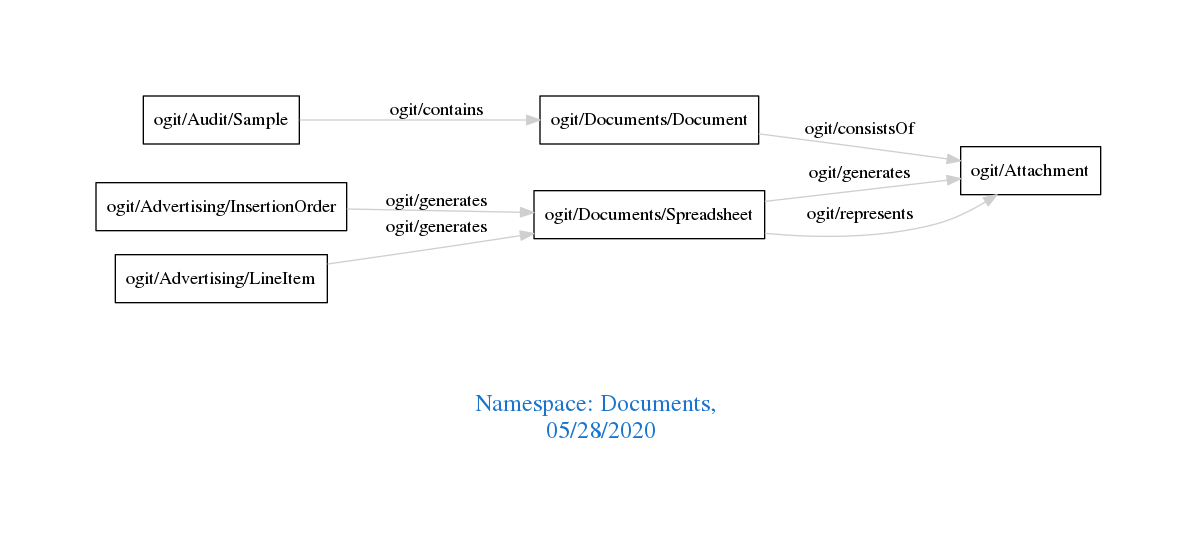
Above: downloads/Documents.png in arago/OGIT (Graphviz), before the change. Its source is kept beside it as downloads/Documents.dot.
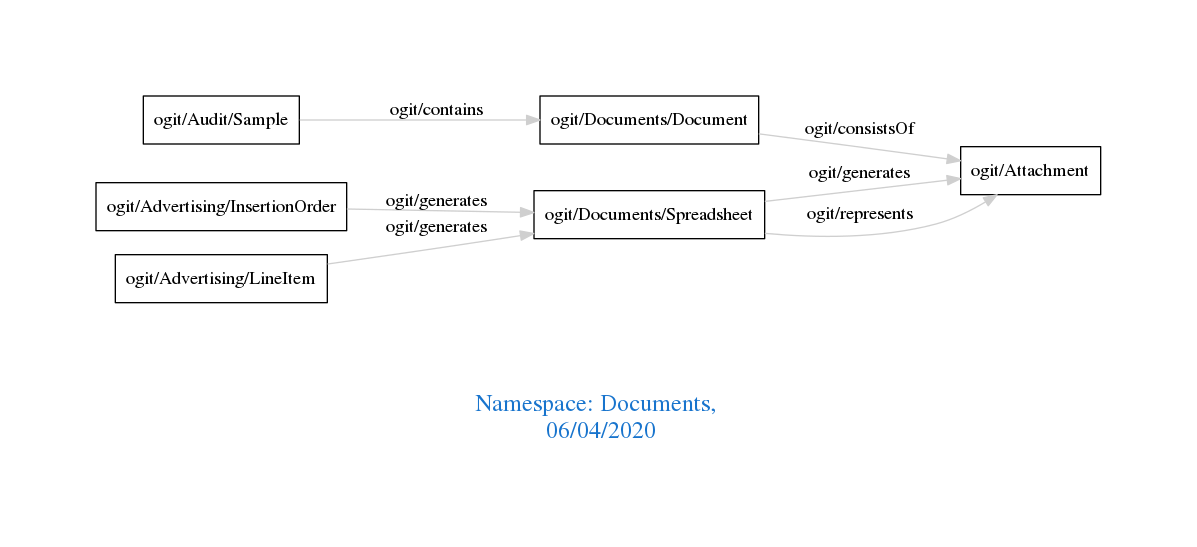
The same diagram one commit later.

Diff of the diagram source:
```diff
@@ -1,7 +1,7 @@
 digraph OGIT_ontology {
  graph [ rankdir= LR,pad=1
 fontsize = 18,
-fontcolor= dodgerblue3,label = "\n\n\nNamespace: Documents, \n 05/28/2020"];
+fontcolor= dodgerblue3,label = "\n\n\nNamespace: Documents, \n 06/04/2020"];
 node[shape=polygon];
 edge [  color="gray81"];
 
```
